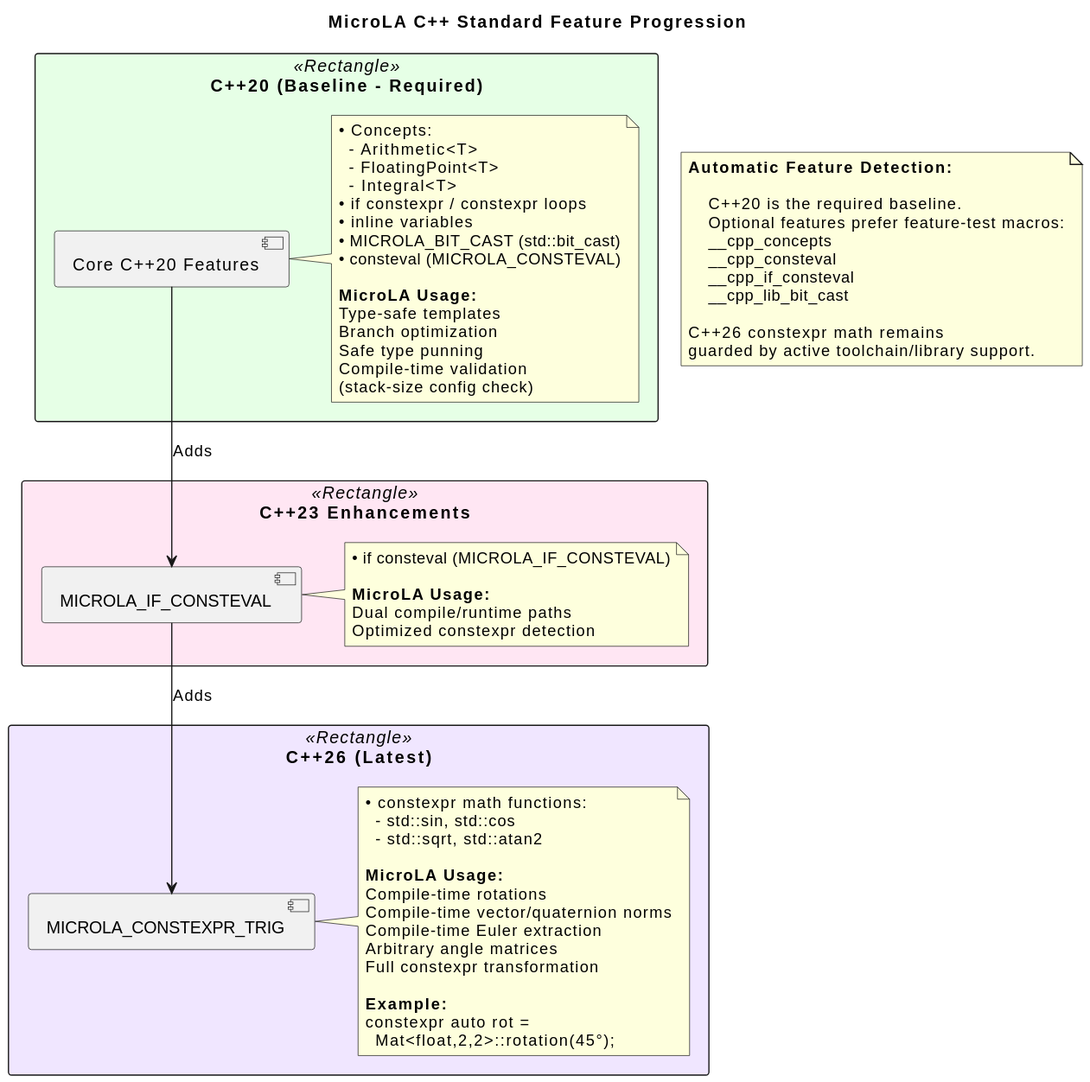
Earlier version of the PlantUML export design/cpp_standard_features.svg (jwbmwv/microLA).
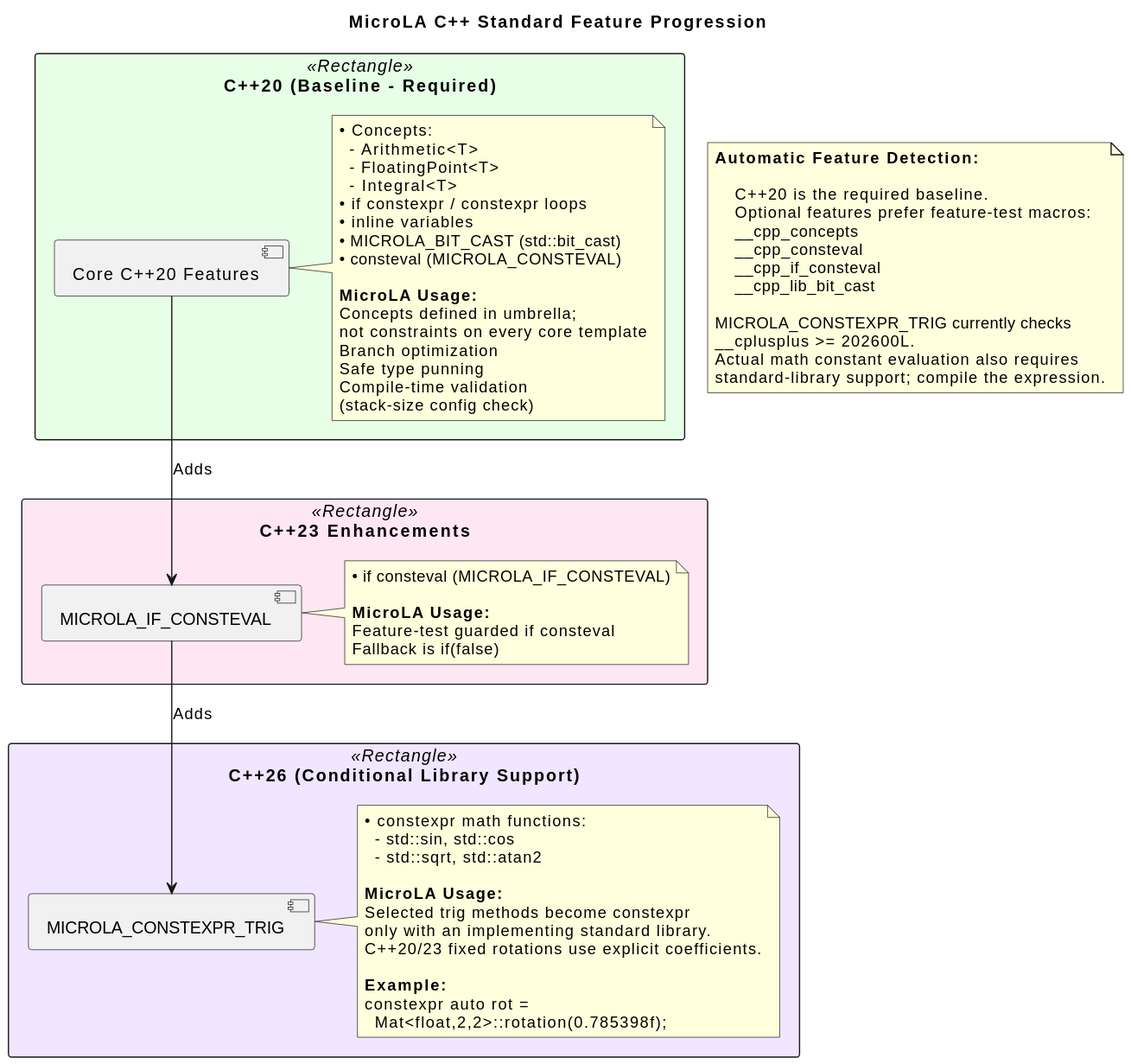
The same diagram one commit later.

Change to the diagram source:
```diff
@@ -16,7 +16,8 @@
         • consteval (MICROLA_CONSTEVAL)
 
         **MicroLA Usage:**
-        Type-safe templates
+        Concepts defined in umbrella;
+        not constraints on every core template
         Branch optimization
         Safe type punning
         Compile-time validation
@@ -30,12 +31,12 @@
         • if consteval (MICROLA_IF_CONSTEVAL)
 
         **MicroLA Usage:**
-        Dual compile/runtime paths
-        Optimized constexpr detection
+        Feature-test guarded if consteval
+        Fallback is if(false)
     end note
 }
 
-package "C++26 (Latest)" <<Rectangle>> #F0E6FF {
+package "C++26 (Conditional Library Support)" <<Rectangle>> #F0E6FF {
     component "MICROLA_CONSTEXPR_TRIG" as cpp26
     note right of cpp26
         • constexpr math functions:
@@ -43,15 +44,13 @@
           - std::sqrt, std::atan2
 
         **MicroLA Usage:**
-        Compile-time rotations
-        Compile-time vector/quaternion norms
-        Compile-time Euler extraction
-        Arbitrary angle matrices
-        Full constexpr transformation
+        Selected trig methods become constexpr
+        only with an implementing standard library.
+        C++20/23 fixed rotations use explicit coefficients.
 
         **Example:**
         constexpr auto rot =
-          Mat<float,2,2>::rotation(45°);
+          Mat<float,2,2>::rotation(0.785398f);
     end note
 }
 
@@ -68,7 +67,9 @@
         __cpp_if_consteval
         __cpp_lib_bit_cast
 
-    C++26 constexpr math remains
-    guarded by active toolchain/library support.
+    MICROLA_CONSTEXPR_TRIG currently checks
+    __cplusplus >= 202600L.
+    Actual math constant evaluation also requires
+    standard-library support; compile the expression.
 end note
 @enduml
```
